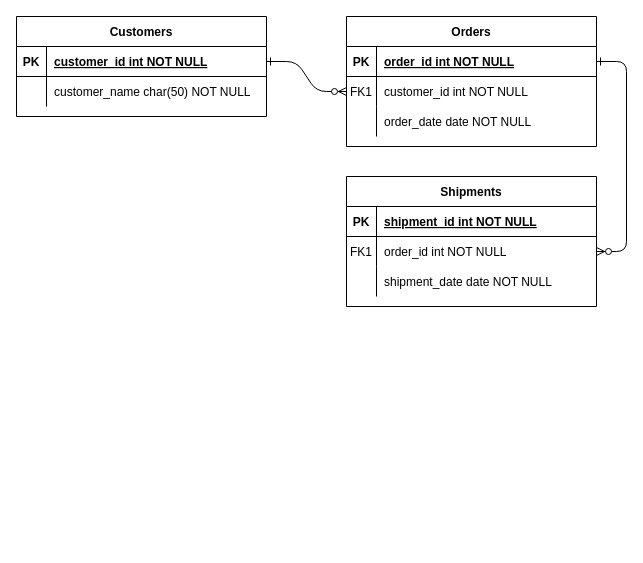
Above: Untitled Diagram.drawio in priyanka2672/DBMS_PROJECT (draw.io), before the change. Source tidied: cells renumbered, new cells numbered last; positions are measured from the earlier drawing's top-left corner, leaving out a move shared by most shapes. Both pictures are drawn from the tidied source at 100%, with x=0, y=0 at pixel (16, 16).
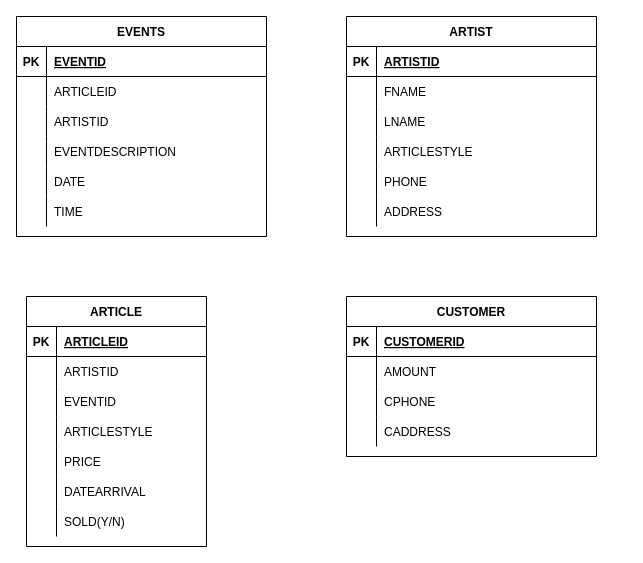
After the change.

The change refers to these unchanged cells:
```xml
<mxCell id="5" style="shape=partialRectangle;fillColor=none;points=[[0,0.5],[1,0.5]];portConstraint=eastwest;top=0;left=0;right=0;bottom=1;" parent="4" vertex="1">
  <mxGeometry y="30" width="250" height="30" as="geometry" />
</mxCell>
<mxCell id="8" style="shape=partialRectangle;fillColor=none;points=[[0,0.5],[1,0.5]];portConstraint=eastwest;top=0;left=0;right=0;bottom=0;" parent="4" vertex="1">
  <mxGeometry y="60" width="250" height="30" as="geometry" />
</mxCell>
<mxCell id="11" style="shape=partialRectangle;fillColor=none;top=0;left=0;right=0;bottom=0;" parent="4" vertex="1">
  <mxGeometry y="90" width="250" height="30" as="geometry" />
</mxCell>
<mxCell id="15" style="shape=partialRectangle;fillColor=none;top=0;left=0;right=0;bottom=1;" parent="14" vertex="1">
  <mxGeometry y="30" width="250" height="30" as="geometry" />
</mxCell>
<mxCell id="18" style="shape=partialRectangle;fillColor=none;points=[[0,0.5],[1,0.5]];portConstraint=eastwest;top=0;left=0;right=0;bottom=0;" parent="14" vertex="1">
  <mxGeometry y="60" width="250" height="30" as="geometry" />
</mxCell>
<mxCell id="21" style="shape=partialRectangle;fillColor=none;top=0;left=0;right=0;bottom=0;" parent="14" vertex="1">
  <mxGeometry y="90" width="250" height="30" as="geometry" />
</mxCell>
<mxCell id="25" style="shape=partialRectangle;fillColor=none;points=[[0,0.5],[1,0.5]];portConstraint=eastwest;top=0;left=0;right=0;bottom=1;" parent="24" vertex="1">
  <mxGeometry y="30" width="250" height="30" as="geometry" />
</mxCell>
<mxCell id="28" style="shape=partialRectangle;fillColor=none;top=0;left=0;right=0;bottom=0;" parent="24" vertex="1">
  <mxGeometry y="60" width="250" height="30" as="geometry" />
</mxCell>
```

Diff of the diagram source:
```diff
@@
-    <mxCell id="2" style="edgeStyle=entityRelationEdgeStyle;endArrow=ERzeroToMany;startArrow=ERone;endFill=1;startFill=0;" parent="1" edge="1" source="25" target="8">
-      <mxGeometry relative="1" as="geometry" />
-    </mxCell>
-    <mxCell id="3" style="edgeStyle=entityRelationEdgeStyle;endArrow=ERzeroToMany;startArrow=ERone;endFill=1;startFill=0;" parent="1" edge="1" source="5" target="18">
-      <mxGeometry relative="1" as="geometry" />
-    </mxCell>
-    <mxCell id="4" value="Orders" style="shape=table;startSize=30;childLayout=tableLayout;rowLines=0;fontStyle=1;align=center;" parent="1" vertex="1">
-      <mxGeometry x="330" width="250" height="130" as="geometry" />
+    <mxCell id="4" value="ARTIST" style="shape=table;startSize=30;childLayout=tableLayout;rowLines=0;fontStyle=1;align=center;" parent="1" vertex="1">
+      <mxGeometry x="330" width="250" height="220" as="geometry" />
     </mxCell>
@@
-    <mxCell id="7" value="order_id int NOT NULL " style="shape=partialRectangle;overflow=hidden;fillColor=none;top=0;left=0;bottom=0;right=0;align=left;spacingLeft=6;fontStyle=5;" parent="5" vertex="1">
+    <mxCell id="7" value="ARTISTID" style="shape=partialRectangle;overflow=hidden;fillColor=none;top=0;left=0;bottom=0;right=0;align=left;spacingLeft=6;fontStyle=5;" parent="5" vertex="1">
       <mxGeometry x="30" width="220" height="30" as="geometry" />
     </mxCell>
@@
-    <mxCell id="9" value="FK1" style="shape=partialRectangle;overflow=hidden;fillColor=none;top=0;left=0;bottom=0;right=0;" parent="8" vertex="1">
+    <mxCell id="9" style="shape=partialRectangle;overflow=hidden;fillColor=none;top=0;left=0;bottom=0;right=0;" parent="8" vertex="1">
       <mxGeometry width="30" height="30" as="geometry" />
     </mxCell>
-    <mxCell id="10" value="customer_id int NOT NULL" style="shape=partialRectangle;overflow=hidden;fillColor=none;top=0;left=0;bottom=0;right=0;align=left;spacingLeft=6;" parent="8" vertex="1">
+    <mxCell id="10" value="FNAME" style="shape=partialRectangle;overflow=hidden;fillColor=none;top=0;left=0;bottom=0;right=0;align=left;spacingLeft=6;" parent="8" vertex="1">
       <mxGeometry x="30" width="220" height="30" as="geometry" />
     </mxCell>
@@
-    <mxCell id="13" value="order_date date NOT NULL" style="shape=partialRectangle;overflow=hidden;fillColor=none;top=0;left=0;bottom=0;right=0;align=left;spacingLeft=6;" parent="11" vertex="1">
+    <mxCell id="13" value="LNAME" style="shape=partialRectangle;overflow=hidden;fillColor=none;top=0;left=0;bottom=0;right=0;align=left;spacingLeft=6;" parent="11" vertex="1">
       <mxGeometry x="30" width="220" height="30" as="geometry" />
     </mxCell>
+    <mxCell id="31" style="shape=partialRectangle;fillColor=none;top=0;left=0;right=0;bottom=0;" parent="4" vertex="1">
+      <mxGeometry y="120" width="250" height="30" as="geometry" />
+    </mxCell>
+    <mxCell id="32" style="shape=partialRectangle;overflow=hidden;fillColor=none;top=0;left=0;bottom=0;right=0;" parent="31" vertex="1">
+      <mxGeometry width="30" height="30" as="geometry" />
+    </mxCell>
+    <mxCell id="33" value="ARTICLESTYLE" style="shape=partialRectangle;overflow=hidden;fillColor=none;top=0;left=0;bottom=0;right=0;align=left;spacingLeft=6;" parent="31" vertex="1">
+      <mxGeometry x="30" width="220" height="30" as="geometry" />
+    </mxCell>
+    <mxCell id="34" style="shape=partialRectangle;fillColor=none;top=0;left=0;right=0;bottom=0;" parent="4" vertex="1">
+      <mxGeometry y="150" width="250" height="30" as="geometry" />
+    </mxCell>
+    <mxCell id="35" style="shape=partialRectangle;overflow=hidden;fillColor=none;top=0;left=0;bottom=0;right=0;" parent="34" vertex="1">
+      <mxGeometry width="30" height="30" as="geometry" />
+    </mxCell>
+    <mxCell id="36" value="PHONE" style="shape=partialRectangle;overflow=hidden;fillColor=none;top=0;left=0;bottom=0;right=0;align=left;spacingLeft=6;" parent="34" vertex="1">
+      <mxGeometry x="30" width="220" height="30" as="geometry" />
+    </mxCell>
+    <mxCell id="37" style="shape=partialRectangle;fillColor=none;top=0;left=0;right=0;bottom=0;" parent="4" vertex="1">
+      <mxGeometry y="180" width="250" height="30" as="geometry" />
+    </mxCell>
+    <mxCell id="38" style="shape=partialRectangle;overflow=hidden;fillColor=none;top=0;left=0;bottom=0;right=0;" parent="37" vertex="1">
+      <mxGeometry width="30" height="30" as="geometry" />
+    </mxCell>
+    <mxCell id="39" value="ADDRESS" style="shape=partialRectangle;overflow=hidden;fillColor=none;top=0;left=0;bottom=0;right=0;align=left;spacingLeft=6;" parent="37" vertex="1">
+      <mxGeometry x="30" width="220" height="30" as="geometry" />
+    </mxCell>
-    <mxCell id="14" value="Shipments" style="shape=table;startSize=30;childLayout=tableLayout;rowLines=0;fontStyle=1;align=center;" parent="1" vertex="1">
-      <mxGeometry x="330" y="160" width="250" height="130" as="geometry" />
+    <mxCell id="14" value="CUSTOMER" style="shape=table;startSize=30;childLayout=tableLayout;rowLines=0;fontStyle=1;align=center;" parent="1" vertex="1">
+      <mxGeometry x="330" y="280" width="250" height="160" as="geometry" />
     </mxCell>
@@
-    <mxCell id="17" value="shipment_id int NOT NULL " style="shape=partialRectangle;overflow=hidden;fillColor=none;top=0;left=0;bottom=0;right=0;align=left;spacingLeft=6;fontStyle=5;" parent="15" vertex="1">
+    <mxCell id="17" value="CUSTOMERID" style="shape=partialRectangle;overflow=hidden;fillColor=none;top=0;left=0;bottom=0;right=0;align=left;spacingLeft=6;fontStyle=5;" parent="15" vertex="1">
       <mxGeometry x="30" width="220" height="30" as="geometry" />
     </mxCell>
@@
-    <mxCell id="19" value="FK1" style="shape=partialRectangle;overflow=hidden;fillColor=none;top=0;left=0;bottom=0;right=0;" parent="18" vertex="1">
+    <mxCell id="19" style="shape=partialRectangle;overflow=hidden;fillColor=none;top=0;left=0;bottom=0;right=0;" parent="18" vertex="1">
       <mxGeometry width="30" height="30" as="geometry" />
     </mxCell>
-    <mxCell id="20" value="order_id int NOT NULL" style="shape=partialRectangle;overflow=hidden;fillColor=none;top=0;left=0;bottom=0;right=0;align=left;spacingLeft=6;" parent="18" vertex="1">
+    <mxCell id="20" value="AMOUNT" style="shape=partialRectangle;overflow=hidden;fillColor=none;top=0;left=0;bottom=0;right=0;align=left;spacingLeft=6;" parent="18" vertex="1">
       <mxGeometry x="30" width="220" height="30" as="geometry" />
     </mxCell>
@@
-    <mxCell id="23" value="shipment_date date NOT NULL" style="shape=partialRectangle;overflow=hidden;fillColor=none;top=0;left=0;bottom=0;right=0;align=left;spacingLeft=6;" parent="21" vertex="1">
+    <mxCell id="23" value="CPHONE" style="shape=partialRectangle;overflow=hidden;fillColor=none;top=0;left=0;bottom=0;right=0;align=left;spacingLeft=6;" parent="21" vertex="1">
       <mxGeometry x="30" width="220" height="30" as="geometry" />
     </mxCell>
+    <mxCell id="40" style="shape=partialRectangle;fillColor=none;top=0;left=0;right=0;bottom=0;" parent="14" vertex="1">
+      <mxGeometry y="120" width="250" height="30" as="geometry" />
+    </mxCell>
+    <mxCell id="41" style="shape=partialRectangle;overflow=hidden;fillColor=none;top=0;left=0;bottom=0;right=0;" parent="40" vertex="1">
+      <mxGeometry width="30" height="30" as="geometry" />
+    </mxCell>
+    <mxCell id="42" value="CADDRESS" style="shape=partialRectangle;overflow=hidden;fillColor=none;top=0;left=0;bottom=0;right=0;align=left;spacingLeft=6;" parent="40" vertex="1">
+      <mxGeometry x="30" width="220" height="30" as="geometry" />
+    </mxCell>
-    <mxCell id="24" value="Customers" style="shape=table;startSize=30;childLayout=tableLayout;rowLines=0;fontStyle=1;align=center;" parent="1" vertex="1">
-      <mxGeometry width="250" height="100" as="geometry" />
+    <mxCell id="24" value="EVENTS" style="shape=table;startSize=30;childLayout=tableLayout;rowLines=0;fontStyle=1;align=center;" parent="1" vertex="1">
+      <mxGeometry width="250" height="220" as="geometry" />
     </mxCell>
@@
-    <mxCell id="27" value="customer_id int NOT NULL " style="shape=partialRectangle;overflow=hidden;fillColor=none;top=0;left=0;bottom=0;right=0;align=left;spacingLeft=6;fontStyle=5;" parent="25" vertex="1">
+    <mxCell id="27" value="EVENTID" style="shape=partialRectangle;overflow=hidden;fillColor=none;top=0;left=0;bottom=0;right=0;align=left;spacingLeft=6;fontStyle=5;" parent="25" vertex="1">
       <mxGeometry x="30" width="220" height="30" as="geometry" />
     </mxCell>
@@
-    <mxCell id="30" value="customer_name char(50) NOT NULL" style="shape=partialRectangle;overflow=hidden;fillColor=none;top=0;left=0;bottom=0;right=0;align=left;spacingLeft=6;" parent="28" vertex="1">
+    <mxCell id="30" value="ARTICLEID" style="shape=partialRectangle;overflow=hidden;fillColor=none;top=0;left=0;bottom=0;right=0;align=left;spacingLeft=6;" parent="28" vertex="1">
       <mxGeometry x="30" width="220" height="30" as="geometry" />
     </mxCell>
+    <mxCell id="43" style="shape=partialRectangle;fillColor=none;top=0;left=0;right=0;bottom=0;" parent="24" vertex="1">
+      <mxGeometry y="90" width="250" height="30" as="geometry" />
+    </mxCell>
+    <mxCell id="44" style="shape=partialRectangle;overflow=hidden;fillColor=none;top=0;left=0;bottom=0;right=0;" parent="43" vertex="1">
+      <mxGeometry width="30" height="30" as="geometry" />
+    </mxCell>
+    <mxCell id="45" value="ARTISTID" style="shape=partialRectangle;overflow=hidden;fillColor=none;top=0;left=0;bottom=0;right=0;align=left;spacingLeft=6;" parent="43" vertex="1">
+      <mxGeometry x="30" width="220" height="30" as="geometry" />
+    </mxCell>
+    <mxCell id="46" style="shape=partialRectangle;fillColor=none;top=0;left=0;right=0;bottom=0;" parent="24" vertex="1">
+      <mxGeometry y="120" width="250" height="30" as="geometry" />
+    </mxCell>
+    <mxCell id="47" style="shape=partialRectangle;overflow=hidden;fillColor=none;top=0;left=0;bottom=0;right=0;" parent="46" vertex="1">
+      <mxGeometry width="30" height="30" as="geometry" />
+    </mxCell>
+    <mxCell id="48" value="EVENTDESCRIPTION" style="shape=partialRectangle;overflow=hidden;fillColor=none;top=0;left=0;bottom=0;right=0;align=left;spacingLeft=6;" parent="46" vertex="1">
+      <mxGeometry x="30" width="220" height="30" as="geometry" />
+    </mxCell>
+    <mxCell id="49" style="shape=partialRectangle;fillColor=none;top=0;left=0;right=0;bottom=0;" parent="24" vertex="1">
+      <mxGeometry y="150" width="250" height="30" as="geometry" />
+    </mxCell>
+    <mxCell id="50" style="shape=partialRectangle;overflow=hidden;fillColor=none;top=0;left=0;bottom=0;right=0;" parent="49" vertex="1">
+      <mxGeometry width="30" height="30" as="geometry" />
+    </mxCell>
+    <mxCell id="51" value="DATE" style="shape=partialRectangle;overflow=hidden;fillColor=none;top=0;left=0;bottom=0;right=0;align=left;spacingLeft=6;" parent="49" vertex="1">
+      <mxGeometry x="30" width="220" height="30" as="geometry" />
+    </mxCell>
+    <mxCell id="52" style="shape=partialRectangle;fillColor=none;top=0;left=0;right=0;bottom=0;" parent="24" vertex="1">
+      <mxGeometry y="180" width="250" height="30" as="geometry" />
+    </mxCell>
+    <mxCell id="53" style="shape=partialRectangle;overflow=hidden;fillColor=none;top=0;left=0;bottom=0;right=0;" parent="52" vertex="1">
+      <mxGeometry width="30" height="30" as="geometry" />
+    </mxCell>
+    <mxCell id="54" value="TIME" style="shape=partialRectangle;overflow=hidden;fillColor=none;top=0;left=0;bottom=0;right=0;align=left;spacingLeft=6;" parent="52" vertex="1">
+      <mxGeometry x="30" width="220" height="30" as="geometry" />
+    </mxCell>
+    <mxCell id="55" value="ARTICLE" style="shape=table;startSize=30;childLayout=tableLayout;rowLines=0;fontStyle=1;align=center;" parent="1" vertex="1">
+      <mxGeometry x="10" y="280" width="180" height="250" as="geometry" />
+    </mxCell>
+    <mxCell id="56" style="shape=partialRectangle;fillColor=none;top=0;left=0;bottom=1;right=0;" parent="55" vertex="1">
+      <mxGeometry y="30" width="180" height="30" as="geometry" />
+    </mxCell>
+    <mxCell id="57" value="PK" style="shape=partialRectangle;fillColor=none;top=0;left=0;bottom=0;right=0;fontStyle=1;overflow=hidden;" parent="56" vertex="1">
+      <mxGeometry width="30" height="30" as="geometry" />
+    </mxCell>
+    <mxCell id="58" value="ARTICLEID" style="shape=partialRectangle;fillColor=none;top=0;left=0;bottom=0;right=0;align=left;spacingLeft=6;fontStyle=5;overflow=hidden;" parent="56" vertex="1">
+      <mxGeometry x="30" width="150" height="30" as="geometry" />
+    </mxCell>
+    <mxCell id="59" style="shape=partialRectangle;fillColor=none;top=0;left=0;bottom=0;right=0;" parent="55" vertex="1">
+      <mxGeometry y="60" width="180" height="30" as="geometry" />
+    </mxCell>
+    <mxCell id="60" style="shape=partialRectangle;fillColor=none;top=0;left=0;bottom=0;right=0;overflow=hidden;" parent="59" vertex="1">
+      <mxGeometry width="30" height="30" as="geometry" />
+    </mxCell>
+    <mxCell id="61" value="ARTISTID" style="shape=partialRectangle;fillColor=none;top=0;left=0;bottom=0;right=0;align=left;spacingLeft=6;overflow=hidden;" parent="59" vertex="1">
+      <mxGeometry x="30" width="150" height="30" as="geometry" />
+    </mxCell>
+    <mxCell id="62" style="shape=partialRectangle;fillColor=none;top=0;left=0;bottom=0;right=0;" parent="55" vertex="1">
+      <mxGeometry y="90" width="180" height="30" as="geometry" />
+    </mxCell>
+    <mxCell id="63" style="shape=partialRectangle;fillColor=none;top=0;left=0;bottom=0;right=0;overflow=hidden;" parent="62" vertex="1">
+      <mxGeometry width="30" height="30" as="geometry" />
+    </mxCell>
+    <mxCell id="64" value="EVENTID" style="shape=partialRectangle;fillColor=none;top=0;left=0;bottom=0;right=0;align=left;spacingLeft=6;overflow=hidden;" parent="62" vertex="1">
+      <mxGeometry x="30" width="150" height="30" as="geometry" />
+    </mxCell>
+    <mxCell id="65" style="shape=partialRectangle;fillColor=none;top=0;left=0;bottom=0;right=0;" parent="55" vertex="1">
+      <mxGeometry y="120" width="180" height="30" as="geometry" />
+    </mxCell>
+    <mxCell id="66" style="shape=partialRectangle;fillColor=none;top=0;left=0;bottom=0;right=0;overflow=hidden;" parent="65" vertex="1">
+      <mxGeometry width="30" height="30" as="geometry" />
+    </mxCell>
+    <mxCell id="67" value="ARTICLESTYLE" style="shape=partialRectangle;fillColor=none;top=0;left=0;bottom=0;right=0;align=left;spacingLeft=6;overflow=hidden;" parent="65" vertex="1">
+      <mxGeometry x="30" width="150" height="30" as="geometry" />
+    </mxCell>
+    <mxCell id="68" style="shape=partialRectangle;fillColor=none;top=0;left=0;bottom=0;right=0;" parent="55" vertex="1">
+      <mxGeometry y="150" width="180" height="30" as="geometry" />
+    </mxCell>
+    <mxCell id="69" style="shape=partialRectangle;fillColor=none;top=0;left=0;bottom=0;right=0;overflow=hidden;" parent="68" vertex="1">
+      <mxGeometry width="30" height="30" as="geometry" />
+    </mxCell>
+    <mxCell id="70" value="PRICE" style="shape=partialRectangle;fillColor=none;top=0;left=0;bottom=0;right=0;align=left;spacingLeft=6;overflow=hidden;" parent="68" vertex="1">
+      <mxGeometry x="30" width="150" height="30" as="geometry" />
+    </mxCell>
+    <mxCell id="71" style="shape=partialRectangle;fillColor=none;top=0;left=0;bottom=0;right=0;" parent="55" vertex="1">
+      <mxGeometry y="180" width="180" height="30" as="geometry" />
+    </mxCell>
+    <mxCell id="72" style="shape=partialRectangle;fillColor=none;top=0;left=0;bottom=0;right=0;overflow=hidden;" parent="71" vertex="1">
+      <mxGeometry width="30" height="30" as="geometry" />
+    </mxCell>
+    <mxCell id="73" value="DATEARRIVAL" style="shape=partialRectangle;fillColor=none;top=0;left=0;bottom=0;right=0;align=left;spacingLeft=6;overflow=hidden;" parent="71" vertex="1">
+      <mxGeometry x="30" width="150" height="30" as="geometry" />
+    </mxCell>
+    <mxCell id="74" style="shape=partialRectangle;fillColor=none;top=0;left=0;bottom=0;right=0;" parent="55" vertex="1">
+      <mxGeometry y="210" width="180" height="30" as="geometry" />
+    </mxCell>
+    <mxCell id="75" style="shape=partialRectangle;fillColor=none;top=0;left=0;bottom=0;right=0;overflow=hidden;" parent="74" vertex="1">
+      <mxGeometry width="30" height="30" as="geometry" />
+    </mxCell>
+    <mxCell id="76" value="SOLD(Y/N)" style="shape=partialRectangle;fillColor=none;top=0;left=0;bottom=0;right=0;align=left;spacingLeft=6;overflow=hidden;" parent="74" vertex="1">
+      <mxGeometry x="30" width="150" height="30" as="geometry" />
+    </mxCell>
```
